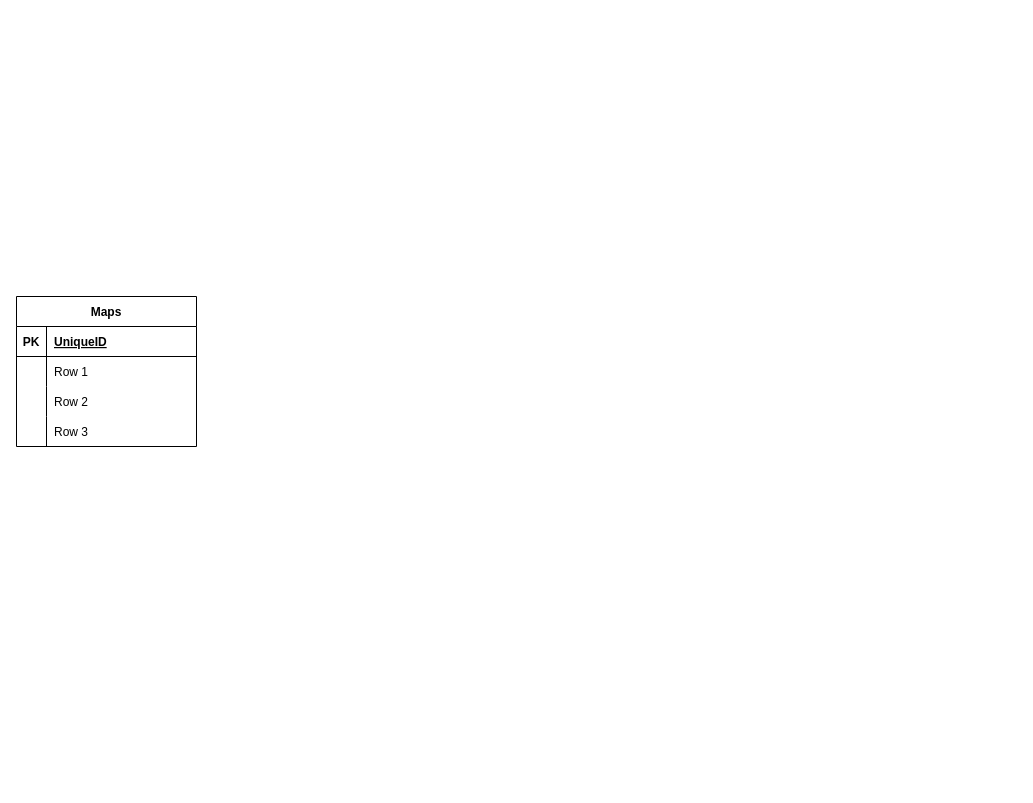
Before: ERD/Valorant Data Model.drawio in Sckorpeo/project_elephant, a draw.io diagram. Source tidied: cells renumbered, new cells numbered last; positions are measured from the earlier drawing's top-left corner, leaving out a move shared by most shapes. Both pictures are drawn from the tidied source at 100%, with x=0, y=0 at pixel (16, 296).
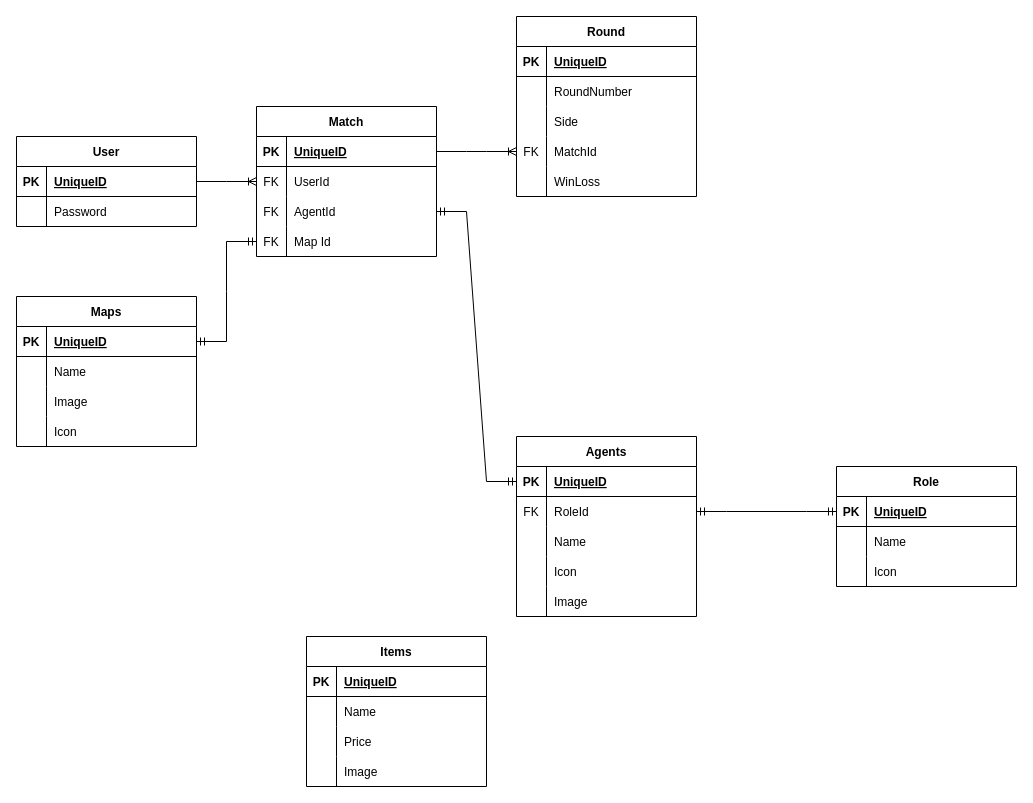
The same page after the edit.

Unchanged cells that the change refers to:
```xml
<mxCell id="2" value="Maps" style="shape=table;startSize=30;childLayout=tableLayout;rowLines=0;fontStyle=1;align=center;" parent="1" vertex="1">
  <mxGeometry width="180" height="150" as="geometry" />
</mxCell>
<mxCell id="3" style="shape=tableRow;horizontal=0;startSize=0;swimlaneHead=0;swimlaneBody=0;fillColor=none;points=[[0,0.5],[1,0.5]];portConstraint=eastwest;top=0;left=0;right=0;bottom=1;" parent="2" vertex="1">
  <mxGeometry y="30" width="180" height="30" as="geometry" />
</mxCell>
<mxCell id="6" style="shape=tableRow;horizontal=0;startSize=0;swimlaneHead=0;swimlaneBody=0;fillColor=none;top=0;left=0;right=0;bottom=0;" parent="2" vertex="1">
  <mxGeometry y="60" width="180" height="30" as="geometry" />
</mxCell>
```

Diff of the diagram source:
```diff
@@
-    <mxCell id="8" value="Row 1" style="shape=partialRectangle;fillColor=none;top=0;left=0;bottom=0;right=0;align=left;spacingLeft=6;overflow=hidden;" parent="6" vertex="1">
+    <mxCell id="8" value="Name" style="shape=partialRectangle;fillColor=none;top=0;left=0;bottom=0;right=0;align=left;spacingLeft=6;overflow=hidden;" parent="6" vertex="1">
       <mxGeometry x="30" width="150" height="30" as="geometry" />
     </mxCell>
-    <mxCell id="9" style="shape=tableRow;horizontal=0;startSize=0;swimlaneHead=0;swimlaneBody=0;fillColor=none;top=0;left=0;right=0;bottom=0;" parent="2" vertex="1">
-      <mxGeometry y="90" width="180" height="30" as="geometry" />
-    </mxCell>
-    <mxCell id="10" style="shape=partialRectangle;fillColor=none;top=0;left=0;bottom=0;right=0;overflow=hidden;" parent="9" vertex="1">
-      <mxGeometry width="30" height="30" as="geometry" />
-    </mxCell>
-    <mxCell id="11" value="Row 2" style="shape=partialRectangle;fillColor=none;top=0;left=0;bottom=0;right=0;align=left;spacingLeft=6;overflow=hidden;" parent="9" vertex="1">
-      <mxGeometry x="30" width="150" height="30" as="geometry" />
-    </mxCell>
-    <mxCell id="12" style="shape=tableRow;horizontal=0;startSize=0;swimlaneHead=0;swimlaneBody=0;fillColor=none;top=0;left=0;right=0;bottom=0;" parent="2" vertex="1">
-      <mxGeometry y="120" width="180" height="30" as="geometry" />
-    </mxCell>
-    <mxCell id="13" style="shape=partialRectangle;fillColor=none;top=0;left=0;bottom=0;right=0;overflow=hidden;" parent="12" vertex="1">
-      <mxGeometry width="30" height="30" as="geometry" />
-    </mxCell>
-    <mxCell id="14" value="Row 3" style="shape=partialRectangle;fillColor=none;top=0;left=0;bottom=0;right=0;align=left;spacingLeft=6;overflow=hidden;" parent="12" vertex="1">
-      <mxGeometry x="30" width="150" height="30" as="geometry" />
-    </mxCell>
+    <mxCell id="15" style="shape=tableRow;horizontal=0;startSize=0;swimlaneHead=0;swimlaneBody=0;fillColor=none;top=0;left=0;right=0;bottom=0;" parent="2" vertex="1">
+      <mxGeometry y="90" width="180" height="30" as="geometry" />
+    </mxCell>
+    <mxCell id="16" style="shape=partialRectangle;fillColor=none;top=0;left=0;bottom=0;right=0;overflow=hidden;" parent="15" vertex="1">
+      <mxGeometry width="30" height="30" as="geometry" />
+    </mxCell>
+    <mxCell id="17" value="Image" style="shape=partialRectangle;fillColor=none;top=0;left=0;bottom=0;right=0;align=left;spacingLeft=6;overflow=hidden;" parent="15" vertex="1">
+      <mxGeometry x="30" width="150" height="30" as="geometry" />
+    </mxCell>
+    <mxCell id="18" style="shape=tableRow;horizontal=0;startSize=0;swimlaneHead=0;swimlaneBody=0;fillColor=none;top=0;left=0;right=0;bottom=0;" parent="2" vertex="1">
+      <mxGeometry y="120" width="180" height="30" as="geometry" />
+    </mxCell>
+    <mxCell id="19" style="shape=partialRectangle;fillColor=none;top=0;left=0;bottom=0;right=0;overflow=hidden;" parent="18" vertex="1">
+      <mxGeometry width="30" height="30" as="geometry" />
+    </mxCell>
+    <mxCell id="20" value="Icon" style="shape=partialRectangle;fillColor=none;top=0;left=0;bottom=0;right=0;align=left;spacingLeft=6;overflow=hidden;" parent="18" vertex="1">
+      <mxGeometry x="30" width="150" height="30" as="geometry" />
+    </mxCell>
+    <mxCell id="21" value="Agents" style="shape=table;startSize=30;childLayout=tableLayout;rowLines=0;fontStyle=1;align=center;" parent="1" vertex="1">
+      <mxGeometry x="500" y="140" width="180" height="180" as="geometry" />
+    </mxCell>
+    <mxCell id="22" style="shape=tableRow;horizontal=0;startSize=0;swimlaneHead=0;swimlaneBody=0;fillColor=none;points=[[0,0.5],[1,0.5]];portConstraint=eastwest;top=0;left=0;right=0;bottom=1;" parent="21" vertex="1">
+      <mxGeometry y="30" width="180" height="30" as="geometry" />
+    </mxCell>
+    <mxCell id="23" value="PK" style="shape=partialRectangle;fillColor=none;top=0;left=0;bottom=0;right=0;fontStyle=1;overflow=hidden;" parent="22" vertex="1">
+      <mxGeometry width="30" height="30" as="geometry" />
+    </mxCell>
+    <mxCell id="24" value="UniqueID" style="shape=partialRectangle;fillColor=none;top=0;left=0;bottom=0;right=0;align=left;spacingLeft=6;fontStyle=5;overflow=hidden;" parent="22" vertex="1">
+      <mxGeometry x="30" width="150" height="30" as="geometry" />
+    </mxCell>
+    <mxCell id="25" style="shape=tableRow;horizontal=0;startSize=0;swimlaneHead=0;swimlaneBody=0;fillColor=none;points=[[0,0.5],[1,0.5]];portConstraint=eastwest;top=0;left=0;right=0;bottom=0;" parent="21" vertex="1">
+      <mxGeometry y="60" width="180" height="30" as="geometry" />
+    </mxCell>
+    <mxCell id="26" value="FK" style="shape=partialRectangle;fillColor=none;top=0;left=0;bottom=0;right=0;overflow=hidden;" parent="25" vertex="1">
+      <mxGeometry width="30" height="30" as="geometry" />
+    </mxCell>
+    <mxCell id="27" value="RoleId" style="shape=partialRectangle;fillColor=none;top=0;left=0;bottom=0;right=0;align=left;spacingLeft=6;overflow=hidden;" parent="25" vertex="1">
+      <mxGeometry x="30" width="150" height="30" as="geometry" />
+    </mxCell>
+    <mxCell id="28" style="shape=tableRow;horizontal=0;startSize=0;swimlaneHead=0;swimlaneBody=0;fillColor=none;top=0;left=0;right=0;bottom=0;" parent="21" vertex="1">
+      <mxGeometry y="90" width="180" height="30" as="geometry" />
+    </mxCell>
+    <mxCell id="29" style="shape=partialRectangle;fillColor=none;top=0;left=0;bottom=0;right=0;overflow=hidden;" parent="28" vertex="1">
+      <mxGeometry width="30" height="30" as="geometry" />
+    </mxCell>
+    <mxCell id="30" value="Name" style="shape=partialRectangle;fillColor=none;top=0;left=0;bottom=0;right=0;align=left;spacingLeft=6;overflow=hidden;" parent="28" vertex="1">
+      <mxGeometry x="30" width="150" height="30" as="geometry" />
+    </mxCell>
+    <mxCell id="31" style="shape=tableRow;horizontal=0;startSize=0;swimlaneHead=0;swimlaneBody=0;fillColor=none;top=0;left=0;right=0;bottom=0;" parent="21" vertex="1">
+      <mxGeometry y="120" width="180" height="30" as="geometry" />
+    </mxCell>
+    <mxCell id="32" style="shape=partialRectangle;fillColor=none;top=0;left=0;bottom=0;right=0;overflow=hidden;" parent="31" vertex="1">
+      <mxGeometry width="30" height="30" as="geometry" />
+    </mxCell>
+    <mxCell id="33" value="Icon" style="shape=partialRectangle;fillColor=none;top=0;left=0;bottom=0;right=0;align=left;spacingLeft=6;overflow=hidden;" parent="31" vertex="1">
+      <mxGeometry x="30" width="150" height="30" as="geometry" />
+    </mxCell>
+    <mxCell id="34" style="shape=tableRow;horizontal=0;startSize=0;swimlaneHead=0;swimlaneBody=0;fillColor=none;top=0;left=0;right=0;bottom=0;" parent="21" vertex="1">
+      <mxGeometry y="150" width="180" height="30" as="geometry" />
+    </mxCell>
+    <mxCell id="35" style="shape=partialRectangle;fillColor=none;top=0;left=0;bottom=0;right=0;overflow=hidden;" parent="34" vertex="1">
+      <mxGeometry width="30" height="30" as="geometry" />
+    </mxCell>
+    <mxCell id="36" value="Image" style="shape=partialRectangle;fillColor=none;top=0;left=0;bottom=0;right=0;align=left;spacingLeft=6;overflow=hidden;" parent="34" vertex="1">
+      <mxGeometry x="30" width="150" height="30" as="geometry" />
+    </mxCell>
+    <mxCell id="37" value="Role" style="shape=table;startSize=30;childLayout=tableLayout;rowLines=0;fontStyle=1;align=center;" parent="1" vertex="1">
+      <mxGeometry x="820" y="170" width="180" height="120" as="geometry" />
+    </mxCell>
+    <mxCell id="38" style="shape=tableRow;horizontal=0;startSize=0;swimlaneHead=0;swimlaneBody=0;fillColor=none;points=[[0,0.5],[1,0.5]];portConstraint=eastwest;top=0;left=0;right=0;bottom=1;" parent="37" vertex="1">
+      <mxGeometry y="30" width="180" height="30" as="geometry" />
+    </mxCell>
+    <mxCell id="39" value="PK" style="shape=partialRectangle;fillColor=none;top=0;left=0;bottom=0;right=0;fontStyle=1;overflow=hidden;" parent="38" vertex="1">
+      <mxGeometry width="30" height="30" as="geometry" />
+    </mxCell>
+    <mxCell id="40" value="UniqueID" style="shape=partialRectangle;fillColor=none;top=0;left=0;bottom=0;right=0;align=left;spacingLeft=6;fontStyle=5;overflow=hidden;" parent="38" vertex="1">
+      <mxGeometry x="30" width="150" height="30" as="geometry" />
+    </mxCell>
+    <mxCell id="41" style="shape=tableRow;horizontal=0;startSize=0;swimlaneHead=0;swimlaneBody=0;fillColor=none;top=0;left=0;right=0;bottom=0;" parent="37" vertex="1">
+      <mxGeometry y="60" width="180" height="30" as="geometry" />
+    </mxCell>
+    <mxCell id="42" style="shape=partialRectangle;fillColor=none;top=0;left=0;bottom=0;right=0;overflow=hidden;" parent="41" vertex="1">
+      <mxGeometry width="30" height="30" as="geometry" />
+    </mxCell>
+    <mxCell id="43" value="Name" style="shape=partialRectangle;fillColor=none;top=0;left=0;bottom=0;right=0;align=left;spacingLeft=6;overflow=hidden;" parent="41" vertex="1">
+      <mxGeometry x="30" width="150" height="30" as="geometry" />
+    </mxCell>
+    <mxCell id="44" style="shape=tableRow;horizontal=0;startSize=0;swimlaneHead=0;swimlaneBody=0;fillColor=none;top=0;left=0;right=0;bottom=0;" parent="37" vertex="1">
+      <mxGeometry y="90" width="180" height="30" as="geometry" />
+    </mxCell>
+    <mxCell id="45" style="shape=partialRectangle;fillColor=none;top=0;left=0;bottom=0;right=0;overflow=hidden;" parent="44" vertex="1">
+      <mxGeometry width="30" height="30" as="geometry" />
+    </mxCell>
+    <mxCell id="46" value="Icon" style="shape=partialRectangle;fillColor=none;top=0;left=0;bottom=0;right=0;align=left;spacingLeft=6;overflow=hidden;" parent="44" vertex="1">
+      <mxGeometry x="30" width="150" height="30" as="geometry" />
+    </mxCell>
+    <mxCell id="47" style="edgeStyle=entityRelationEdgeStyle;fontSize=12;html=1;endArrow=ERmandOne;startArrow=ERmandOne;rounded=0;entryX=0;entryY=0.5;entryDx=0;entryDy=0;exitX=1;exitY=0.5;exitDx=0;exitDy=0;" parent="1" edge="1" source="25" target="38">
+      <mxGeometry relative="1" as="geometry" />
+    </mxCell>
+    <mxCell id="48" value="User" style="shape=table;startSize=30;childLayout=tableLayout;rowLines=0;fontStyle=1;align=center;" parent="1" vertex="1">
+      <mxGeometry y="-160" width="180" height="90" as="geometry" />
+    </mxCell>
+    <mxCell id="49" style="shape=tableRow;horizontal=0;startSize=0;swimlaneHead=0;swimlaneBody=0;fillColor=none;points=[[0,0.5],[1,0.5]];portConstraint=eastwest;top=0;left=0;right=0;bottom=1;" parent="48" vertex="1">
+      <mxGeometry y="30" width="180" height="30" as="geometry" />
+    </mxCell>
+    <mxCell id="50" value="PK" style="shape=partialRectangle;fillColor=none;top=0;left=0;bottom=0;right=0;fontStyle=1;overflow=hidden;" parent="49" vertex="1">
+      <mxGeometry width="30" height="30" as="geometry" />
+    </mxCell>
+    <mxCell id="51" value="UniqueID" style="shape=partialRectangle;fillColor=none;top=0;left=0;bottom=0;right=0;align=left;spacingLeft=6;fontStyle=5;overflow=hidden;" parent="49" vertex="1">
+      <mxGeometry x="30" width="150" height="30" as="geometry" />
+    </mxCell>
+    <mxCell id="52" style="shape=tableRow;horizontal=0;startSize=0;swimlaneHead=0;swimlaneBody=0;fillColor=none;top=0;left=0;right=0;bottom=0;" parent="48" vertex="1">
+      <mxGeometry y="60" width="180" height="30" as="geometry" />
+    </mxCell>
+    <mxCell id="53" style="shape=partialRectangle;fillColor=none;top=0;left=0;bottom=0;right=0;overflow=hidden;" parent="52" vertex="1">
+      <mxGeometry width="30" height="30" as="geometry" />
+    </mxCell>
+    <mxCell id="54" value="Password" style="shape=partialRectangle;fillColor=none;top=0;left=0;bottom=0;right=0;align=left;spacingLeft=6;overflow=hidden;" parent="52" vertex="1">
+      <mxGeometry x="30" width="150" height="30" as="geometry" />
+    </mxCell>
+    <mxCell id="55" value="Match" style="shape=table;startSize=30;childLayout=tableLayout;rowLines=0;fontStyle=1;align=center;" parent="1" vertex="1">
+      <mxGeometry x="240" y="-190" width="180" height="150" as="geometry" />
+    </mxCell>
+    <mxCell id="56" style="shape=tableRow;horizontal=0;startSize=0;swimlaneHead=0;swimlaneBody=0;fillColor=none;points=[[0,0.5],[1,0.5]];portConstraint=eastwest;top=0;left=0;right=0;bottom=1;" parent="55" vertex="1">
+      <mxGeometry y="30" width="180" height="30" as="geometry" />
+    </mxCell>
+    <mxCell id="57" value="PK" style="shape=partialRectangle;fillColor=none;top=0;left=0;bottom=0;right=0;fontStyle=1;overflow=hidden;" parent="56" vertex="1">
+      <mxGeometry width="30" height="30" as="geometry" />
+    </mxCell>
+    <mxCell id="58" value="UniqueID" style="shape=partialRectangle;fillColor=none;top=0;left=0;bottom=0;right=0;align=left;spacingLeft=6;fontStyle=5;overflow=hidden;" parent="56" vertex="1">
+      <mxGeometry x="30" width="150" height="30" as="geometry" />
+    </mxCell>
+    <mxCell id="59" style="shape=tableRow;horizontal=0;startSize=0;swimlaneHead=0;swimlaneBody=0;fillColor=none;points=[[0,0.5],[1,0.5]];portConstraint=eastwest;top=0;left=0;right=0;bottom=0;" parent="55" vertex="1">
+      <mxGeometry y="60" width="180" height="30" as="geometry" />
+    </mxCell>
+    <mxCell id="60" value="FK" style="shape=partialRectangle;fillColor=none;top=0;left=0;bottom=0;right=0;overflow=hidden;" parent="59" vertex="1">
+      <mxGeometry width="30" height="30" as="geometry" />
+    </mxCell>
+    <mxCell id="61" value="UserId" style="shape=partialRectangle;fillColor=none;top=0;left=0;bottom=0;right=0;align=left;spacingLeft=6;overflow=hidden;" parent="59" vertex="1">
+      <mxGeometry x="30" width="150" height="30" as="geometry" />
+    </mxCell>
+    <mxCell id="62" style="shape=tableRow;horizontal=0;startSize=0;swimlaneHead=0;swimlaneBody=0;fillColor=none;points=[[0,0.5],[1,0.5]];portConstraint=eastwest;top=0;left=0;right=0;bottom=0;" parent="55" vertex="1">
+      <mxGeometry y="90" width="180" height="30" as="geometry" />
+    </mxCell>
+    <mxCell id="63" value="FK" style="shape=partialRectangle;fillColor=none;top=0;left=0;bottom=0;right=0;overflow=hidden;" parent="62" vertex="1">
+      <mxGeometry width="30" height="30" as="geometry" />
+    </mxCell>
+    <mxCell id="64" value="AgentId" style="shape=partialRectangle;fillColor=none;top=0;left=0;bottom=0;right=0;align=left;spacingLeft=6;overflow=hidden;" parent="62" vertex="1">
+      <mxGeometry x="30" width="150" height="30" as="geometry" />
+    </mxCell>
+    <mxCell id="65" style="shape=tableRow;horizontal=0;startSize=0;swimlaneHead=0;swimlaneBody=0;fillColor=none;points=[[0,0.5],[1,0.5]];portConstraint=eastwest;top=0;left=0;right=0;bottom=0;" parent="55" vertex="1">
+      <mxGeometry y="120" width="180" height="30" as="geometry" />
+    </mxCell>
+    <mxCell id="66" value="FK" style="shape=partialRectangle;fillColor=none;top=0;left=0;bottom=0;right=0;overflow=hidden;" parent="65" vertex="1">
+      <mxGeometry width="30" height="30" as="geometry" />
+    </mxCell>
+    <mxCell id="67" value="Map Id" style="shape=partialRectangle;fillColor=none;top=0;left=0;bottom=0;right=0;align=left;spacingLeft=6;overflow=hidden;" parent="65" vertex="1">
+      <mxGeometry x="30" width="150" height="30" as="geometry" />
+    </mxCell>
+    <mxCell id="68" style="edgeStyle=entityRelationEdgeStyle;fontSize=12;html=1;endArrow=ERoneToMany;rounded=0;exitX=1;exitY=0.5;exitDx=0;exitDy=0;entryX=0;entryY=0.5;entryDx=0;entryDy=0;" parent="1" edge="1" source="49" target="59">
+      <mxGeometry relative="1" as="geometry" />
+    </mxCell>
+    <mxCell id="69" style="edgeStyle=entityRelationEdgeStyle;fontSize=12;html=1;endArrow=ERmandOne;startArrow=ERmandOne;rounded=0;exitX=1;exitY=0.5;exitDx=0;exitDy=0;entryX=0;entryY=0.5;entryDx=0;entryDy=0;" parent="1" edge="1" source="3" target="65">
+      <mxGeometry relative="1" as="geometry" />
+    </mxCell>
+    <mxCell id="70" style="edgeStyle=entityRelationEdgeStyle;fontSize=12;html=1;endArrow=ERmandOne;startArrow=ERmandOne;rounded=0;entryX=0;entryY=0.5;entryDx=0;entryDy=0;exitX=1;exitY=0.5;exitDx=0;exitDy=0;" parent="1" edge="1" source="62" target="22">
+      <mxGeometry relative="1" as="geometry" />
+    </mxCell>
+    <mxCell id="71" value="Round" style="shape=table;startSize=30;childLayout=tableLayout;rowLines=0;fontStyle=1;align=center;" parent="1" vertex="1">
+      <mxGeometry x="500" y="-280" width="180" height="180" as="geometry" />
+    </mxCell>
+    <mxCell id="72" style="shape=tableRow;horizontal=0;startSize=0;swimlaneHead=0;swimlaneBody=0;fillColor=none;top=0;left=0;right=0;bottom=1;" parent="71" vertex="1">
+      <mxGeometry y="30" width="180" height="30" as="geometry" />
+    </mxCell>
+    <mxCell id="73" value="PK" style="shape=partialRectangle;fillColor=none;top=0;left=0;bottom=0;right=0;fontStyle=1;overflow=hidden;" parent="72" vertex="1">
+      <mxGeometry width="30" height="30" as="geometry" />
+    </mxCell>
+    <mxCell id="74" value="UniqueID" style="shape=partialRectangle;fillColor=none;top=0;left=0;bottom=0;right=0;align=left;spacingLeft=6;fontStyle=5;overflow=hidden;" parent="72" vertex="1">
+      <mxGeometry x="30" width="150" height="30" as="geometry" />
+    </mxCell>
+    <mxCell id="75" style="shape=tableRow;horizontal=0;startSize=0;swimlaneHead=0;swimlaneBody=0;fillColor=none;top=0;left=0;right=0;bottom=0;" parent="71" vertex="1">
+      <mxGeometry y="60" width="180" height="30" as="geometry" />
+    </mxCell>
+    <mxCell id="76" style="shape=partialRectangle;fillColor=none;top=0;left=0;bottom=0;right=0;overflow=hidden;" parent="75" vertex="1">
+      <mxGeometry width="30" height="30" as="geometry" />
+    </mxCell>
+    <mxCell id="77" value="RoundNumber" style="shape=partialRectangle;fillColor=none;top=0;left=0;bottom=0;right=0;align=left;spacingLeft=6;overflow=hidden;" parent="75" vertex="1">
+      <mxGeometry x="30" width="150" height="30" as="geometry" />
+    </mxCell>
+    <mxCell id="78" style="shape=tableRow;horizontal=0;startSize=0;swimlaneHead=0;swimlaneBody=0;fillColor=none;top=0;left=0;right=0;bottom=0;" parent="71" vertex="1">
+      <mxGeometry y="90" width="180" height="30" as="geometry" />
+    </mxCell>
+    <mxCell id="79" style="shape=partialRectangle;fillColor=none;top=0;left=0;bottom=0;right=0;overflow=hidden;" parent="78" vertex="1">
+      <mxGeometry width="30" height="30" as="geometry" />
+    </mxCell>
+    <mxCell id="80" value="Side" style="shape=partialRectangle;fillColor=none;top=0;left=0;bottom=0;right=0;align=left;spacingLeft=6;overflow=hidden;" parent="78" vertex="1">
+      <mxGeometry x="30" width="150" height="30" as="geometry" />
+    </mxCell>
+    <mxCell id="81" style="shape=tableRow;horizontal=0;startSize=0;swimlaneHead=0;swimlaneBody=0;fillColor=none;points=[[0,0.5],[1,0.5]];portConstraint=eastwest;top=0;left=0;right=0;bottom=0;" parent="71" vertex="1">
+      <mxGeometry y="120" width="180" height="30" as="geometry" />
+    </mxCell>
+    <mxCell id="82" value="FK" style="shape=partialRectangle;fillColor=none;top=0;left=0;bottom=0;right=0;overflow=hidden;" parent="81" vertex="1">
+      <mxGeometry width="30" height="30" as="geometry" />
+    </mxCell>
+    <mxCell id="83" value="MatchId" style="shape=partialRectangle;fillColor=none;top=0;left=0;bottom=0;right=0;align=left;spacingLeft=6;overflow=hidden;" parent="81" vertex="1">
+      <mxGeometry x="30" width="150" height="30" as="geometry" />
+    </mxCell>
+    <mxCell id="84" style="shape=tableRow;horizontal=0;startSize=0;swimlaneHead=0;swimlaneBody=0;fillColor=none;top=0;left=0;right=0;bottom=0;" parent="71" vertex="1">
+      <mxGeometry y="150" width="180" height="30" as="geometry" />
+    </mxCell>
+    <mxCell id="85" style="shape=partialRectangle;fillColor=none;top=0;left=0;bottom=0;right=0;overflow=hidden;" parent="84" vertex="1">
+      <mxGeometry width="30" height="30" as="geometry" />
+    </mxCell>
+    <mxCell id="86" value="WinLoss" style="shape=partialRectangle;fillColor=none;top=0;left=0;bottom=0;right=0;align=left;spacingLeft=6;overflow=hidden;" parent="84" vertex="1">
+      <mxGeometry x="30" width="150" height="30" as="geometry" />
+    </mxCell>
+    <mxCell id="87" style="edgeStyle=entityRelationEdgeStyle;fontSize=12;html=1;endArrow=ERoneToMany;rounded=0;exitX=1;exitY=0.5;exitDx=0;exitDy=0;" parent="1" edge="1" source="56" target="81">
+      <mxGeometry relative="1" as="geometry" />
+    </mxCell>
+    <mxCell id="88" value="Items" style="shape=table;startSize=30;childLayout=tableLayout;rowLines=0;fontStyle=1;align=center;" parent="1" vertex="1">
+      <mxGeometry x="290" y="340" width="180" height="150" as="geometry" />
+    </mxCell>
+    <mxCell id="89" style="shape=tableRow;horizontal=0;startSize=0;swimlaneHead=0;swimlaneBody=0;fillColor=none;top=0;left=0;right=0;bottom=1;" parent="88" vertex="1">
+      <mxGeometry y="30" width="180" height="30" as="geometry" />
+    </mxCell>
+    <mxCell id="90" value="PK" style="shape=partialRectangle;fillColor=none;top=0;left=0;bottom=0;right=0;fontStyle=1;overflow=hidden;" parent="89" vertex="1">
+      <mxGeometry width="30" height="30" as="geometry" />
+    </mxCell>
+    <mxCell id="91" value="UniqueID" style="shape=partialRectangle;fillColor=none;top=0;left=0;bottom=0;right=0;align=left;spacingLeft=6;fontStyle=5;overflow=hidden;" parent="89" vertex="1">
+      <mxGeometry x="30" width="150" height="30" as="geometry" />
+    </mxCell>
+    <mxCell id="92" style="shape=tableRow;horizontal=0;startSize=0;swimlaneHead=0;swimlaneBody=0;fillColor=none;top=0;left=0;right=0;bottom=0;" parent="88" vertex="1">
+      <mxGeometry y="60" width="180" height="30" as="geometry" />
+    </mxCell>
+    <mxCell id="93" style="shape=partialRectangle;fillColor=none;top=0;left=0;bottom=0;right=0;overflow=hidden;" parent="92" vertex="1">
+      <mxGeometry width="30" height="30" as="geometry" />
+    </mxCell>
+    <mxCell id="94" value="Name" style="shape=partialRectangle;fillColor=none;top=0;left=0;bottom=0;right=0;align=left;spacingLeft=6;overflow=hidden;" parent="92" vertex="1">
+      <mxGeometry x="30" width="150" height="30" as="geometry" />
+    </mxCell>
+    <mxCell id="95" style="shape=tableRow;horizontal=0;startSize=0;swimlaneHead=0;swimlaneBody=0;fillColor=none;top=0;left=0;right=0;bottom=0;" parent="88" vertex="1">
+      <mxGeometry y="90" width="180" height="30" as="geometry" />
+    </mxCell>
+    <mxCell id="96" style="shape=partialRectangle;fillColor=none;top=0;left=0;bottom=0;right=0;overflow=hidden;" parent="95" vertex="1">
+      <mxGeometry width="30" height="30" as="geometry" />
+    </mxCell>
+    <mxCell id="97" value="Price" style="shape=partialRectangle;fillColor=none;top=0;left=0;bottom=0;right=0;align=left;spacingLeft=6;overflow=hidden;" parent="95" vertex="1">
+      <mxGeometry x="30" width="150" height="30" as="geometry" />
+    </mxCell>
+    <mxCell id="98" style="shape=tableRow;horizontal=0;startSize=0;swimlaneHead=0;swimlaneBody=0;fillColor=none;top=0;left=0;right=0;bottom=0;" parent="88" vertex="1">
+      <mxGeometry y="120" width="180" height="30" as="geometry" />
+    </mxCell>
+    <mxCell id="99" style="shape=partialRectangle;fillColor=none;top=0;left=0;bottom=0;right=0;overflow=hidden;" parent="98" vertex="1">
+      <mxGeometry width="30" height="30" as="geometry" />
+    </mxCell>
+    <mxCell id="100" value="Image" style="shape=partialRectangle;fillColor=none;top=0;left=0;bottom=0;right=0;align=left;spacingLeft=6;overflow=hidden;" parent="98" vertex="1">
+      <mxGeometry x="30" width="150" height="30" as="geometry" />
+    </mxCell>
```
